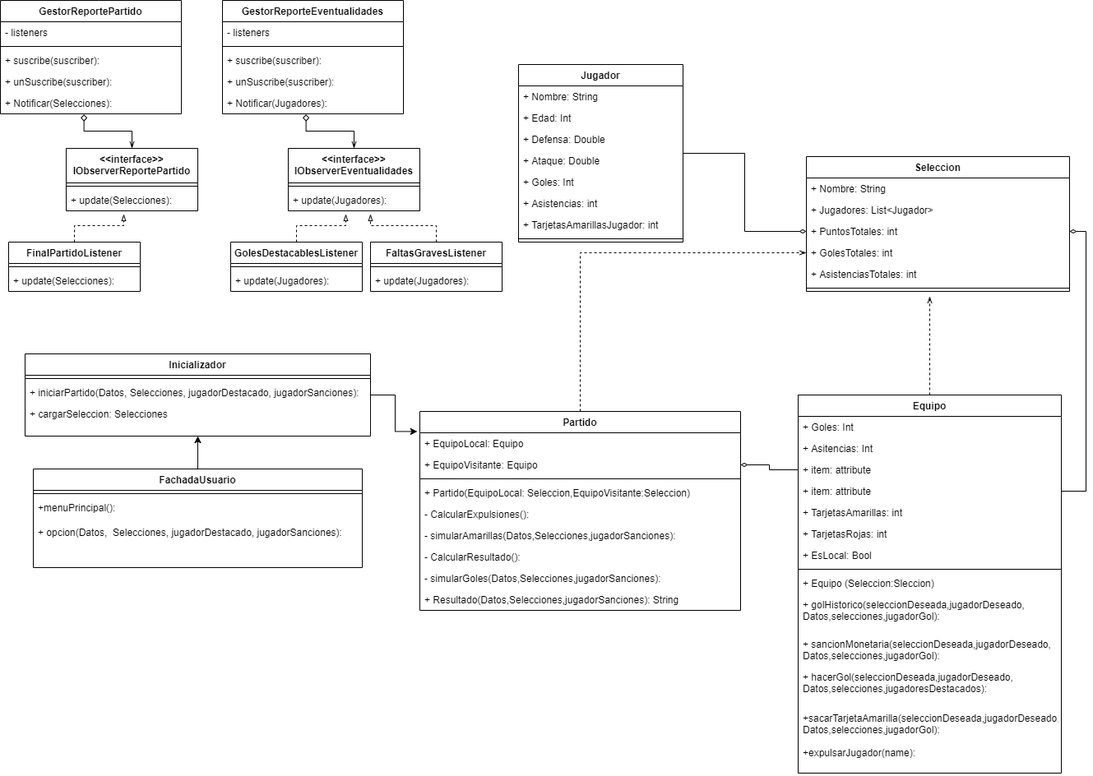
The draw.io diagram Parcial2UML.png in juanpablocanas/FinalParcial2, before a commit. Source tidied: cells renumbered, new cells last; positions are measured from the earlier drawing's top-left corner, leaving out a move shared by most shapes.
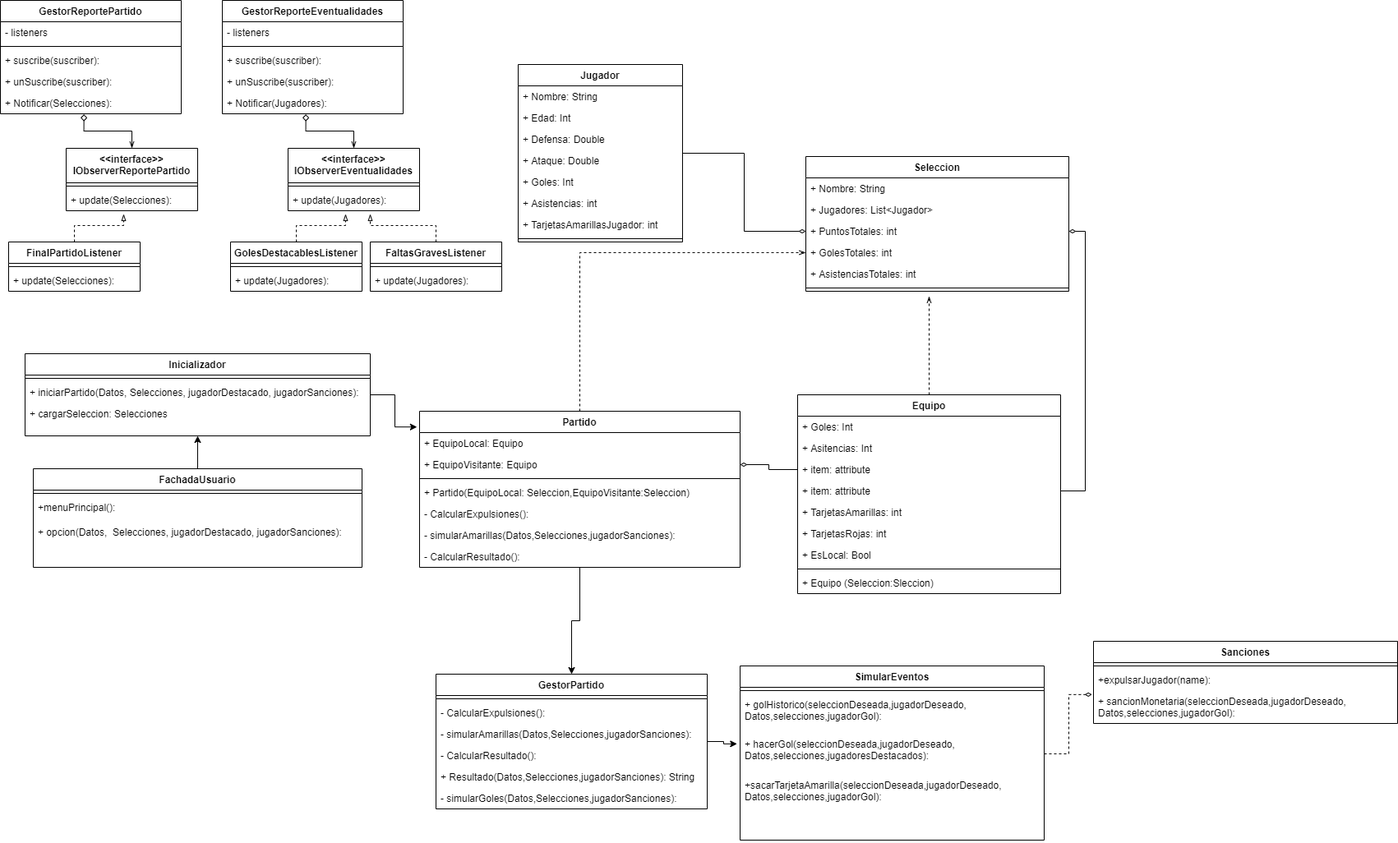
The same diagram one commit later.

What changed in the source:
```diff
@@ -59,7 +59,7 @@
       </mxGeometry>
     </mxCell>
     <mxCell id="20" value="Equipo" style="swimlane;fontStyle=1;align=center;verticalAlign=top;horizontal=1;startSize=26;" parent="1" vertex="1">
-      <mxGeometry x="970" y="480" width="320" height="460" as="geometry" />
+      <mxGeometry x="970" y="480" width="320" height="242" as="geometry" />
     </mxCell>
     <mxCell id="21" value="+ Goles: Int&#10;" style="text;strokeColor=none;fillColor=none;align=left;verticalAlign=top;spacingLeft=4;spacingRight=4;overflow=hidden;" parent="20" vertex="1">
       <mxGeometry y="26" width="320" height="26" as="geometry" />
@@ -88,23 +88,14 @@
     <mxCell id="29" value="+ Equipo (Seleccion:Sleccion)&#10;" style="text;strokeColor=none;fillColor=none;align=left;verticalAlign=top;spacingLeft=4;spacingRight=4;overflow=hidden;" parent="20" vertex="1">
       <mxGeometry y="216" width="320" height="26" as="geometry" />
     </mxCell>
-    <mxCell id="30" value="+ golHistorico(seleccionDeseada,jugadorDeseado,&#10;Datos,selecciones,jugadorGol):" style="text;strokeColor=none;fillColor=none;align=left;verticalAlign=top;spacingLeft=4;spacingRight=4;overflow=hidden;" parent="20" vertex="1">
-      <mxGeometry y="242" width="320" height="48" as="geometry" />
-    </mxCell>
-    <mxCell id="31" value="+ sancionMonetaria(seleccionDeseada,jugadorDeseado,&#10;Datos,selecciones,jugadorGol):" style="text;strokeColor=none;fillColor=none;align=left;verticalAlign=top;spacingLeft=4;spacingRight=4;overflow=hidden;points=[[0,0.5],[1,0.5]];portConstraint=eastwest;" parent="20" vertex="1">
-      <mxGeometry y="290" width="320" height="40" as="geometry" />
-    </mxCell>
-    <mxCell id="32" value="+ hacerGol(seleccionDeseada,jugadorDeseado,&#10;Datos,selecciones,jugadoresDestacados): " style="text;strokeColor=none;fillColor=none;align=left;verticalAlign=top;spacingLeft=4;spacingRight=4;overflow=hidden;points=[[0,0.5],[1,0.5]];portConstraint=eastwest;" parent="20" vertex="1">
-      <mxGeometry y="330" width="320" height="50" as="geometry" />
-    </mxCell>
-    <mxCell id="33" value="+sacarTarjetaAmarilla(seleccionDeseada,jugadorDeseado,&#10;Datos,selecciones,jugadorGol):&#10;&#10;+expulsarJugador(name):" style="text;strokeColor=none;fillColor=none;align=left;verticalAlign=top;spacingLeft=4;spacingRight=4;overflow=hidden;" parent="20" vertex="1">
-      <mxGeometry y="380" width="320" height="80" as="geometry" />
-    </mxCell>
     <mxCell id="34" style="edgeStyle=orthogonalEdgeStyle;rounded=0;jettySize=auto;html=1;entryX=0;entryY=0.5;entryDx=0;entryDy=0;dashed=1;endArrow=openThin;endFill=0;" parent="1" edge="1" source="35" target="16">
       <mxGeometry relative="1" as="geometry" />
     </mxCell>
+    <mxCell id="89" style="edgeStyle=orthogonalEdgeStyle;rounded=0;jettySize=auto;html=1;" parent="1" edge="1" source="35" target="91">
+      <mxGeometry relative="1" as="geometry" />
+    </mxCell>
     <mxCell id="35" value="Partido" style="swimlane;fontStyle=1;align=center;verticalAlign=top;horizontal=1;startSize=26;" parent="1" vertex="1">
-      <mxGeometry x="510" y="500" width="390" height="242" as="geometry" />
+      <mxGeometry x="510" y="500" width="390" height="190" as="geometry" />
     </mxCell>
     <mxCell id="36" value="+ EquipoLocal: Equipo" style="text;strokeColor=none;fillColor=none;align=left;verticalAlign=top;spacingLeft=4;spacingRight=4;overflow=hidden;" parent="35" vertex="1">
       <mxGeometry y="26" width="390" height="26" as="geometry" />
@@ -127,12 +118,6 @@
     <mxCell id="42" value="- CalcularResultado(): " style="text;strokeColor=none;fillColor=none;align=left;verticalAlign=top;spacingLeft=4;spacingRight=4;overflow=hidden;" parent="35" vertex="1">
       <mxGeometry y="164" width="390" height="26" as="geometry" />
     </mxCell>
-    <mxCell id="43" value="- simularGoles(Datos,Selecciones,jugadorSanciones): " style="text;strokeColor=none;fillColor=none;align=left;verticalAlign=top;spacingLeft=4;spacingRight=4;overflow=hidden;" parent="35" vertex="1">
-      <mxGeometry y="190" width="390" height="26" as="geometry" />
-    </mxCell>
-    <mxCell id="44" value="+ Resultado(Datos,Selecciones,jugadorSanciones): String" style="text;strokeColor=none;fillColor=none;align=left;verticalAlign=top;spacingLeft=4;spacingRight=4;overflow=hidden;" parent="35" vertex="1">
-      <mxGeometry y="216" width="390" height="26" as="geometry" />
-    </mxCell>
     <mxCell id="45" style="edgeStyle=orthogonalEdgeStyle;rounded=0;jettySize=auto;html=1;entryX=0.5;entryY=1;entryDx=0;entryDy=0;" parent="1" edge="1" source="46" target="51">
       <mxGeometry relative="1" as="geometry" />
     </mxCell>
@@ -271,5 +256,59 @@
     <mxCell id="88" value="+ update(Jugadores): " style="text;strokeColor=none;fillColor=none;align=left;verticalAlign=top;spacingLeft=4;spacingRight=4;overflow=hidden;" parent="86" vertex="1">
       <mxGeometry y="34" width="160" height="26" as="geometry" />
     </mxCell>
+    <mxCell id="90" style="edgeStyle=orthogonalEdgeStyle;rounded=0;jettySize=auto;html=1;entryX=-0.01;entryY=0.258;entryDx=0;entryDy=0;entryPerimeter=0;" parent="1" edge="1" source="91" target="32">
+      <mxGeometry relative="1" as="geometry" />
+    </mxCell>
+    <mxCell id="91" value="GestorPartido" style="swimlane;fontStyle=1;align=center;verticalAlign=top;horizontal=1;startSize=26;" parent="1" vertex="1">
+      <mxGeometry x="530" y="820" width="330" height="164" as="geometry" />
+    </mxCell>
+    <mxCell id="92" style="line;strokeWidth=1;fillColor=none;align=left;verticalAlign=middle;spacingTop=-1;spacingLeft=3;spacingRight=3;labelPosition=right;" parent="91" vertex="1">
+      <mxGeometry y="26" width="330" height="8" as="geometry" />
+    </mxCell>
+    <mxCell id="93" value="- CalcularExpulsiones(): " style="text;strokeColor=none;fillColor=none;align=left;verticalAlign=top;spacingLeft=4;spacingRight=4;overflow=hidden;" parent="91" vertex="1">
+      <mxGeometry y="34" width="330" height="26" as="geometry" />
+    </mxCell>
+    <mxCell id="94" value="- simularAmarillas(Datos,Selecciones,jugadorSanciones): " style="text;strokeColor=none;fillColor=none;align=left;verticalAlign=top;spacingLeft=4;spacingRight=4;overflow=hidden;" parent="91" vertex="1">
+      <mxGeometry y="60" width="330" height="26" as="geometry" />
+    </mxCell>
+    <mxCell id="95" value="- CalcularResultado(): " style="text;strokeColor=none;fillColor=none;align=left;verticalAlign=top;spacingLeft=4;spacingRight=4;overflow=hidden;" parent="91" vertex="1">
+      <mxGeometry y="86" width="330" height="26" as="geometry" />
+    </mxCell>
+    <mxCell id="44" value="+ Resultado(Datos,Selecciones,jugadorSanciones): String&#10;" style="text;strokeColor=none;fillColor=none;align=left;verticalAlign=top;spacingLeft=4;spacingRight=4;overflow=hidden;" parent="91" vertex="1">
+      <mxGeometry y="112" width="330" height="26" as="geometry" />
+    </mxCell>
+    <mxCell id="43" value="- simularGoles(Datos,Selecciones,jugadorSanciones): " style="text;strokeColor=none;fillColor=none;align=left;verticalAlign=top;spacingLeft=4;spacingRight=4;overflow=hidden;" parent="91" vertex="1">
+      <mxGeometry y="138" width="330" height="26" as="geometry" />
+    </mxCell>
+    <mxCell id="96" value="SimularEventos" style="swimlane;fontStyle=1;align=center;verticalAlign=top;horizontal=1;startSize=26;" parent="1" vertex="1">
+      <mxGeometry x="900" y="810" width="370" height="212" as="geometry" />
+    </mxCell>
+    <mxCell id="97" style="line;strokeWidth=1;fillColor=none;align=left;verticalAlign=middle;spacingTop=-1;spacingLeft=3;spacingRight=3;labelPosition=right;" parent="96" vertex="1">
+      <mxGeometry y="26" width="370" height="8" as="geometry" />
+    </mxCell>
+    <mxCell id="30" value="+ golHistorico(seleccionDeseada,jugadorDeseado,&#10;Datos,selecciones,jugadorGol):" style="text;strokeColor=none;fillColor=none;align=left;verticalAlign=top;spacingLeft=4;spacingRight=4;overflow=hidden;" parent="96" vertex="1">
+      <mxGeometry y="34" width="370" height="48" as="geometry" />
+    </mxCell>
+    <mxCell id="32" value="+ hacerGol(seleccionDeseada,jugadorDeseado,&#10;Datos,selecciones,jugadoresDestacados): " style="text;strokeColor=none;fillColor=none;align=left;verticalAlign=top;spacingLeft=4;spacingRight=4;overflow=hidden;points=[[0,0.5],[1,0.5]];portConstraint=eastwest;" parent="96" vertex="1">
+      <mxGeometry y="82" width="370" height="50" as="geometry" />
+    </mxCell>
+    <mxCell id="33" value="+sacarTarjetaAmarilla(seleccionDeseada,jugadorDeseado,&#10;Datos,selecciones,jugadorGol):&#10;&#10;" style="text;strokeColor=none;fillColor=none;align=left;verticalAlign=top;spacingLeft=4;spacingRight=4;overflow=hidden;" parent="96" vertex="1">
+      <mxGeometry y="132" width="370" height="80" as="geometry" />
+    </mxCell>
+    <mxCell id="98" value="Sanciones" style="swimlane;fontStyle=1;align=center;verticalAlign=top;horizontal=1;startSize=26;" parent="1" vertex="1">
+      <mxGeometry x="1330" y="780" width="370" height="100" as="geometry" />
+    </mxCell>
+    <mxCell id="99" style="line;strokeWidth=1;fillColor=none;align=left;verticalAlign=middle;spacingTop=-1;spacingLeft=3;spacingRight=3;labelPosition=right;" parent="98" vertex="1">
+      <mxGeometry y="26" width="370" height="8" as="geometry" />
+    </mxCell>
+    <mxCell id="100" value="+expulsarJugador(name):" style="text;strokeColor=none;fillColor=none;align=left;verticalAlign=top;spacingLeft=4;spacingRight=4;overflow=hidden;" parent="98" vertex="1">
+      <mxGeometry y="34" width="370" height="26" as="geometry" />
+    </mxCell>
+    <mxCell id="31" value="+ sancionMonetaria(seleccionDeseada,jugadorDeseado,&#10;Datos,selecciones,jugadorGol):" style="text;strokeColor=none;fillColor=none;align=left;verticalAlign=top;spacingLeft=4;spacingRight=4;overflow=hidden;points=[[0,0.5],[1,0.5]];portConstraint=eastwest;" parent="98" vertex="1">
+      <mxGeometry y="60" width="370" height="40" as="geometry" />
+    </mxCell>
+    <mxCell id="101" style="edgeStyle=orthogonalEdgeStyle;rounded=0;jettySize=auto;html=1;exitX=1;exitY=0.5;exitDx=0;exitDy=0;entryX=-0.005;entryY=0.122;entryDx=0;entryDy=0;entryPerimeter=0;dashed=1;endArrow=diamondThin;endFill=0;" parent="1" edge="1" source="32" target="31">
+      <mxGeometry relative="1" as="geometry" />
+    </mxCell>
   </root>
 </mxGraphModel>
```
